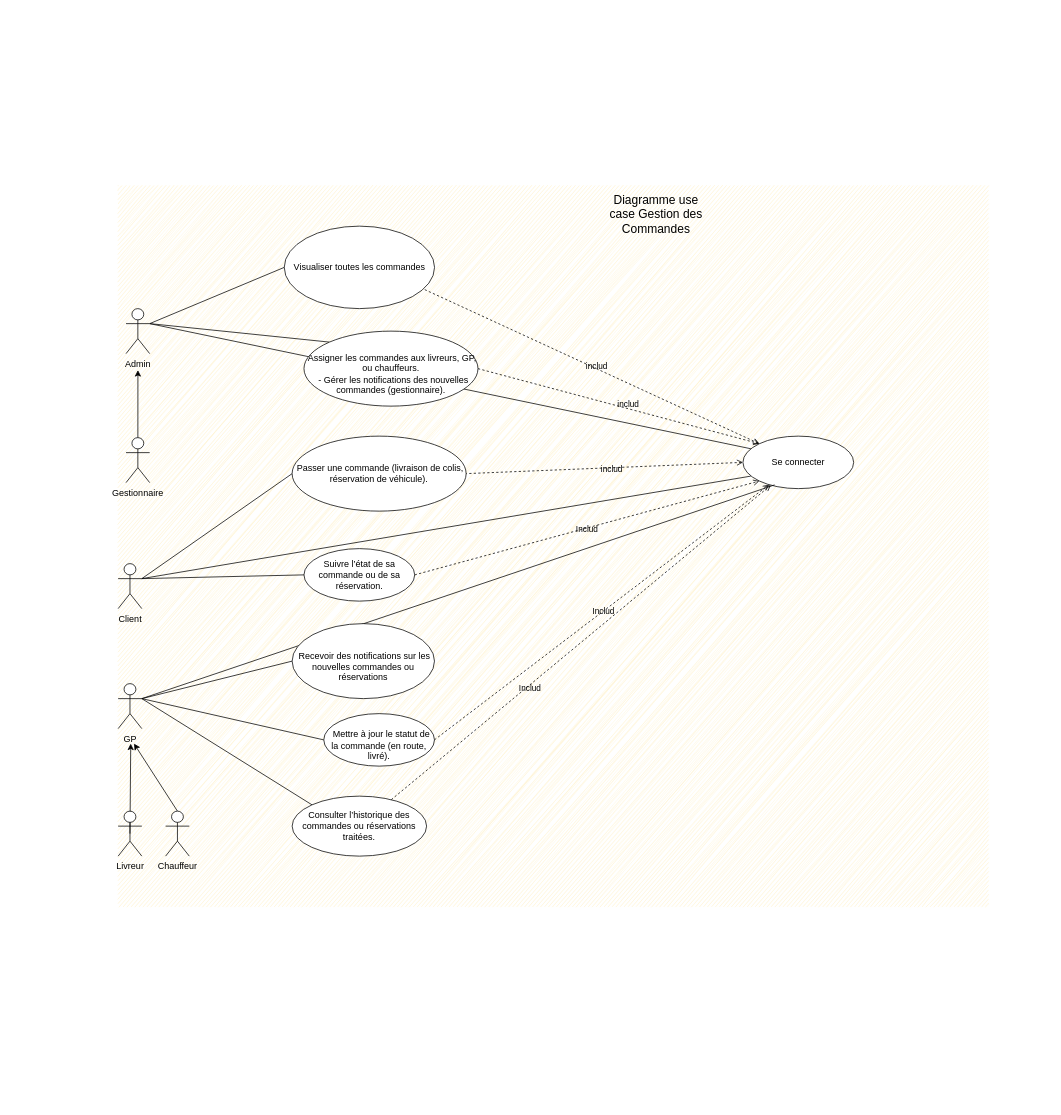
Before: page "Diagramme use case Gestion des Commandes" (3 of 6) of Diagramme sans nom.drawio in BounAbdallah/tuto, a draw.io diagram. Source tidied: cells renumbered, new cells numbered last; positions are measured from the earlier drawing's top-left corner, leaving out a move shared by most shapes. Both pictures are drawn from the tidied source at 75%, with x=0, y=0 at pixel (118, 185).
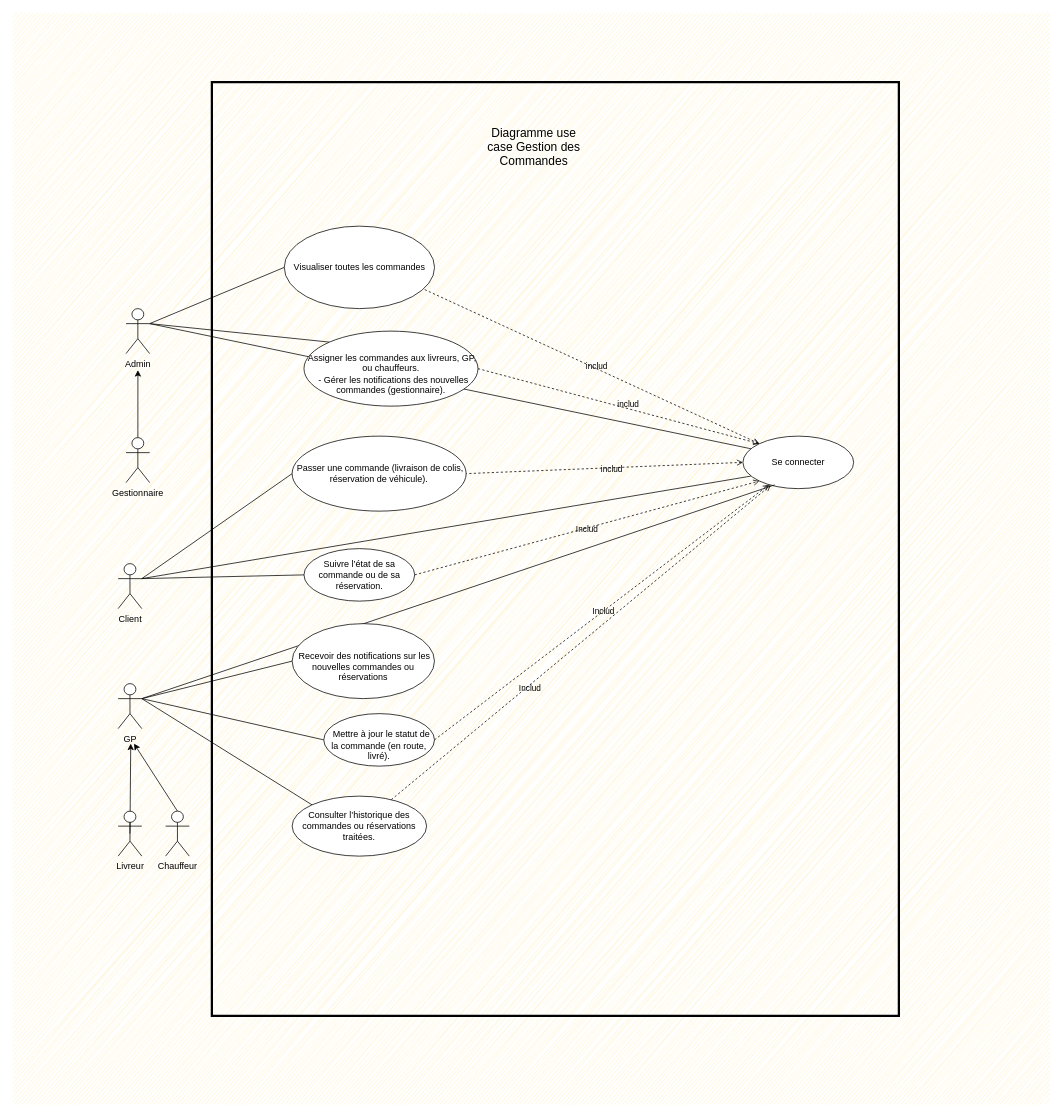
The same page after the edit.

Commit message (it also covers changes not shown here):
Mettre à jour Diagramme sans nom.drawio

Change to the diagram source:
```diff
@@
+    <mxCell id="43" style="group;" parent="1" vertex="1">
+      <mxGeometry x="-140" y="-230" width="1380" height="1453" as="geometry" />
+    </mxCell>
-    <mxCell id="2" style="group;fillColor=#fff2cc;strokeColor=none;sketch=1;curveFitting=1;jiggle=2;" parent="1" vertex="1">
-      <mxGeometry width="1160" height="960" as="geometry" />
+    <mxCell id="2" style="group;fillColor=#fff2cc;strokeColor=none;sketch=1;curveFitting=1;jiggle=2;" parent="43" vertex="1">
+      <mxGeometry width="1380" height="1453" as="geometry" />
     </mxCell>
-    <mxCell id="3" value="Visualiser toutes les commandes" style="ellipse;whiteSpace=wrap;html=1;" parent="2" vertex="1">
-      <mxGeometry x="221.5" y="54" width="200.4" height="110" as="geometry" />
+    <mxCell id="3" value="Visualiser toutes les commandes" style="ellipse;whiteSpace=wrap;html=1;" parent="43" vertex="1">
+      <mxGeometry x="361.5" y="284" width="200.4" height="110" as="geometry" />
     </mxCell>
-    <mxCell id="4" style="rounded=0;jettySize=auto;html=1;exitX=0;exitY=0;exitDx=0;exitDy=0;entryX=0.934;entryY=0.769;entryDx=0;entryDy=0;endArrow=none;endFill=0;dashed=1;entryPerimeter=0;startArrow=open;startFill=0;" parent="2" edge="1" source="9" target="3">
+    <mxCell id="4" style="rounded=0;jettySize=auto;html=1;exitX=0;exitY=0;exitDx=0;exitDy=0;entryX=0.934;entryY=0.769;entryDx=0;entryDy=0;endArrow=none;endFill=0;dashed=1;entryPerimeter=0;startArrow=open;startFill=0;" parent="43" edge="1" source="9" target="3">
       <mxGeometry relative="1" as="geometry" />
     </mxCell>
@@
-    <mxCell id="6" style="rounded=0;jettySize=auto;html=1;exitX=0;exitY=0.5;exitDx=0;exitDy=0;entryX=1;entryY=0.5;entryDx=0;entryDy=0;startArrow=open;startFill=0;endArrow=none;endFill=0;dashed=1;" parent="2" edge="1" source="9" target="31">
+    <mxCell id="6" style="rounded=0;jettySize=auto;html=1;exitX=0;exitY=0.5;exitDx=0;exitDy=0;entryX=1;entryY=0.5;entryDx=0;entryDy=0;startArrow=open;startFill=0;endArrow=none;endFill=0;dashed=1;" parent="43" edge="1" source="9" target="31">
       <mxGeometry relative="1" as="geometry" />
     </mxCell>
@@
-    <mxCell id="8" style="rounded=0;jettySize=auto;html=1;exitX=0.072;exitY=0.241;exitDx=0;exitDy=0;endArrow=none;endFill=0;exitPerimeter=0;" parent="2" edge="1" source="9">
+    <mxCell id="8" style="rounded=0;jettySize=auto;html=1;exitX=0.072;exitY=0.241;exitDx=0;exitDy=0;endArrow=none;endFill=0;exitPerimeter=0;" parent="43" edge="1" source="9">
       <mxGeometry relative="1" as="geometry">
-        <mxPoint x="42.2" y="184" as="targetPoint" />
+        <mxPoint x="182.2" y="414" as="targetPoint" />
       </mxGeometry>
     </mxCell>
-    <mxCell id="9" value="Se connecter" style="ellipse;whiteSpace=wrap;html=1;" parent="2" vertex="1">
-      <mxGeometry x="833.1" y="334" width="147.6" height="70" as="geometry" />
+    <mxCell id="9" value="Se connecter" style="ellipse;whiteSpace=wrap;html=1;" parent="43" vertex="1">
+      <mxGeometry x="973.1" y="564" width="147.6" height="70" as="geometry" />
     </mxCell>
-    <mxCell id="10" style="rounded=0;jettySize=auto;html=1;exitX=0;exitY=0;exitDx=0;exitDy=0;endArrow=none;endFill=0;" parent="2" edge="1" source="13">
+    <mxCell id="10" style="rounded=0;jettySize=auto;html=1;exitX=0;exitY=0;exitDx=0;exitDy=0;endArrow=none;endFill=0;" parent="43" edge="1" source="13">
       <mxGeometry relative="1" as="geometry">
-        <mxPoint x="42.2" y="184" as="targetPoint" />
+        <mxPoint x="182.2" y="414" as="targetPoint" />
       </mxGeometry>
     </mxCell>
-    <mxCell id="11" style="rounded=0;jettySize=auto;html=1;exitX=1;exitY=0.5;exitDx=0;exitDy=0;entryX=0;entryY=0;entryDx=0;entryDy=0;startArrow=none;startFill=0;dashed=1;endArrow=open;endFill=0;" parent="2" edge="1" source="13" target="9">
+    <mxCell id="11" style="rounded=0;jettySize=auto;html=1;exitX=1;exitY=0.5;exitDx=0;exitDy=0;entryX=0;entryY=0;entryDx=0;entryDy=0;startArrow=none;startFill=0;dashed=1;endArrow=open;endFill=0;" parent="43" edge="1" source="13" target="9">
       <mxGeometry relative="1" as="geometry" />
     </mxCell>
@@
-    <mxCell id="13" value="&lt;div&gt;&lt;br&gt;&lt;/div&gt;&lt;div&gt;&lt;br&gt;&lt;/div&gt;&lt;div&gt;&lt;div&gt;&amp;nbsp;Assigner les commandes aux livreurs, GP, ou chauffeurs.&lt;/div&gt;&lt;div&gt;&amp;nbsp; - Gérer les notifications des nouvelles commandes (gestionnaire).&lt;/div&gt;&lt;/div&gt;&lt;div&gt;&lt;br&gt;&lt;/div&gt;" style="ellipse;whiteSpace=wrap;html=1;" parent="2" vertex="1">
-      <mxGeometry x="247.8" y="194" width="232" height="100" as="geometry" />
+    <mxCell id="13" value="&lt;div&gt;&lt;br&gt;&lt;/div&gt;&lt;div&gt;&lt;br&gt;&lt;/div&gt;&lt;div&gt;&lt;div&gt;&amp;nbsp;Assigner les commandes aux livreurs, GP, ou chauffeurs.&lt;/div&gt;&lt;div&gt;&amp;nbsp; - Gérer les notifications des nouvelles commandes (gestionnaire).&lt;/div&gt;&lt;/div&gt;&lt;div&gt;&lt;br&gt;&lt;/div&gt;" style="ellipse;whiteSpace=wrap;html=1;" parent="43" vertex="1">
+      <mxGeometry x="387.8" y="424" width="232" height="100" as="geometry" />
     </mxCell>
-    <mxCell id="14" style="rounded=0;jettySize=auto;html=1;exitX=1;exitY=0.5;exitDx=0;exitDy=0;entryX=0;entryY=1;entryDx=0;entryDy=0;endArrow=open;endFill=0;startArrow=none;startFill=0;dashed=1;" parent="2" edge="1" source="16" target="9">
+    <mxCell id="14" style="rounded=0;jettySize=auto;html=1;exitX=1;exitY=0.5;exitDx=0;exitDy=0;entryX=0;entryY=1;entryDx=0;entryDy=0;endArrow=open;endFill=0;startArrow=none;startFill=0;dashed=1;" parent="43" edge="1" source="16" target="9">
       <mxGeometry relative="1" as="geometry" />
     </mxCell>
@@
-    <mxCell id="16" value="Suivre l’état de sa commande ou de sa réservation." style="ellipse;whiteSpace=wrap;html=1;" parent="2" vertex="1">
-      <mxGeometry x="247.8" y="484" width="147.6" height="70" as="geometry" />
+    <mxCell id="16" value="Suivre l’état de sa commande ou de sa réservation." style="ellipse;whiteSpace=wrap;html=1;" parent="43" vertex="1">
+      <mxGeometry x="387.8" y="714" width="147.6" height="70" as="geometry" />
     </mxCell>
-    <mxCell id="17" style="rounded=0;jettySize=auto;html=1;exitX=1;exitY=0.3333333333333333;exitDx=0;exitDy=0;exitPerimeter=0;entryX=0;entryY=0.5;entryDx=0;entryDy=0;endArrow=none;endFill=0;" parent="2" edge="1" source="18" target="3">
+    <mxCell id="17" style="rounded=0;jettySize=auto;html=1;exitX=1;exitY=0.3333333333333333;exitDx=0;exitDy=0;exitPerimeter=0;entryX=0;entryY=0.5;entryDx=0;entryDy=0;endArrow=none;endFill=0;" parent="43" edge="1" source="18" target="3">
       <mxGeometry relative="1" as="geometry" />
     </mxCell>
-    <mxCell id="18" value="Admin" style="shape=umlActor;html=1;verticalLabelPosition=bottom;verticalAlign=top;align=center;" parent="2" vertex="1">
-      <mxGeometry x="10.5" y="164" width="31.6" height="60" as="geometry" />
+    <mxCell id="18" value="Admin" style="shape=umlActor;html=1;verticalLabelPosition=bottom;verticalAlign=top;align=center;" parent="43" vertex="1">
+      <mxGeometry x="150.5" y="394" width="31.6" height="60" as="geometry" />
     </mxCell>
-    <mxCell id="19" value="&lt;font style=&quot;font-size: 16px;&quot;&gt;Diagramme use case&amp;nbsp;&lt;/font&gt;&lt;span style=&quot;background-color: initial; font-size: 16px;&quot;&gt;Gestion des Commandes&lt;/span&gt;&lt;div&gt;&lt;br&gt;&lt;/div&gt;" style="text;html=1;align=center;verticalAlign=middle;whiteSpace=wrap;rounded=0;" parent="2" vertex="1">
-      <mxGeometry x="611.6" y="30" width="210.9" height="30" as="geometry" />
+    <mxCell id="19" value="&lt;font style=&quot;font-size: 16px;&quot;&gt;Diagramme use case&amp;nbsp;&lt;/font&gt;&lt;span style=&quot;background-color: initial; font-size: 16px;&quot;&gt;Gestion des Commandes&lt;/span&gt;&lt;div&gt;&lt;br&gt;&lt;/div&gt;" style="text;html=1;align=center;verticalAlign=middle;whiteSpace=wrap;rounded=0;" parent="43" vertex="1">
+      <mxGeometry x="589" y="170" width="210.9" height="30" as="geometry" />
     </mxCell>
-    <mxCell id="20" style="rounded=0;jettySize=auto;html=1;" parent="2" edge="1" source="21">
+    <mxCell id="20" style="rounded=0;jettySize=auto;html=1;" parent="43" edge="1" source="21">
       <mxGeometry relative="1" as="geometry">
-        <mxPoint x="26.4" y="246" as="targetPoint" />
+        <mxPoint x="166.4" y="476" as="targetPoint" />
       </mxGeometry>
     </mxCell>
-    <mxCell id="21" value="Gestionnaire" style="shape=umlActor;html=1;verticalLabelPosition=bottom;verticalAlign=top;align=center;" parent="2" vertex="1">
-      <mxGeometry x="10.5" y="336" width="31.6" height="60" as="geometry" />
+    <mxCell id="21" value="Gestionnaire" style="shape=umlActor;html=1;verticalLabelPosition=bottom;verticalAlign=top;align=center;" parent="43" vertex="1">
+      <mxGeometry x="150.5" y="566" width="31.6" height="60" as="geometry" />
     </mxCell>
-    <mxCell id="22" style="rounded=0;jettySize=auto;html=1;exitX=1;exitY=0.3333333333333333;exitDx=0;exitDy=0;exitPerimeter=0;entryX=0;entryY=0.5;entryDx=0;entryDy=0;endArrow=none;endFill=0;" parent="2" edge="1" source="24" target="16">
+    <mxCell id="22" style="rounded=0;jettySize=auto;html=1;exitX=1;exitY=0.3333333333333333;exitDx=0;exitDy=0;exitPerimeter=0;entryX=0;entryY=0.5;entryDx=0;entryDy=0;endArrow=none;endFill=0;" parent="43" edge="1" source="24" target="16">
       <mxGeometry relative="1" as="geometry" />
     </mxCell>
-    <mxCell id="23" style="rounded=0;jettySize=auto;html=1;exitX=1;exitY=0.3333333333333333;exitDx=0;exitDy=0;exitPerimeter=0;entryX=0;entryY=0.5;entryDx=0;entryDy=0;endArrow=none;endFill=0;" parent="2" edge="1" source="24" target="31">
+    <mxCell id="23" style="rounded=0;jettySize=auto;html=1;exitX=1;exitY=0.3333333333333333;exitDx=0;exitDy=0;exitPerimeter=0;entryX=0;entryY=0.5;entryDx=0;entryDy=0;endArrow=none;endFill=0;" parent="43" edge="1" source="24" target="31">
       <mxGeometry relative="1" as="geometry" />
     </mxCell>
-    <mxCell id="24" value="Client" style="shape=umlActor;html=1;verticalLabelPosition=bottom;verticalAlign=top;align=center;" parent="2" vertex="1">
-      <mxGeometry y="504" width="31.6" height="60" as="geometry" />
+    <mxCell id="24" value="Client" style="shape=umlActor;html=1;verticalLabelPosition=bottom;verticalAlign=top;align=center;" parent="43" vertex="1">
+      <mxGeometry x="140" y="734" width="31.6" height="60" as="geometry" />
     </mxCell>
-    <mxCell id="25" style="rounded=0;jettySize=auto;html=1;exitX=1;exitY=0.3333333333333333;exitDx=0;exitDy=0;exitPerimeter=0;entryX=0;entryY=0.5;entryDx=0;entryDy=0;endArrow=none;endFill=0;" parent="2" edge="1" source="28" target="34">
+    <mxCell id="25" style="rounded=0;jettySize=auto;html=1;exitX=1;exitY=0.3333333333333333;exitDx=0;exitDy=0;exitPerimeter=0;entryX=0;entryY=0.5;entryDx=0;entryDy=0;endArrow=none;endFill=0;" parent="43" edge="1" source="28" target="34">
       <mxGeometry relative="1" as="geometry" />
     </mxCell>
-    <mxCell id="26" style="rounded=0;jettySize=auto;html=1;exitX=1;exitY=0.3333333333333333;exitDx=0;exitDy=0;exitPerimeter=0;entryX=0;entryY=0.5;entryDx=0;entryDy=0;endArrow=none;endFill=0;" parent="2" edge="1" source="28" target="39">
+    <mxCell id="26" style="rounded=0;jettySize=auto;html=1;exitX=1;exitY=0.3333333333333333;exitDx=0;exitDy=0;exitPerimeter=0;entryX=0;entryY=0.5;entryDx=0;entryDy=0;endArrow=none;endFill=0;" parent="43" edge="1" source="28" target="39">
       <mxGeometry relative="1" as="geometry" />
     </mxCell>
-    <mxCell id="27" style="rounded=0;jettySize=auto;html=1;exitX=1;exitY=0.3333333333333333;exitDx=0;exitDy=0;exitPerimeter=0;entryX=0;entryY=0;entryDx=0;entryDy=0;endArrow=none;endFill=0;" parent="2" edge="1" source="28" target="42">
+    <mxCell id="27" style="rounded=0;jettySize=auto;html=1;exitX=1;exitY=0.3333333333333333;exitDx=0;exitDy=0;exitPerimeter=0;entryX=0;entryY=0;entryDx=0;entryDy=0;endArrow=none;endFill=0;" parent="43" edge="1" source="28" target="42">
       <mxGeometry relative="1" as="geometry" />
     </mxCell>
-    <mxCell id="28" value="GP" style="shape=umlActor;html=1;verticalLabelPosition=bottom;verticalAlign=top;align=center;" parent="2" vertex="1">
-      <mxGeometry y="664" width="31.6" height="60" as="geometry" />
+    <mxCell id="28" value="GP" style="shape=umlActor;html=1;verticalLabelPosition=bottom;verticalAlign=top;align=center;" parent="43" vertex="1">
+      <mxGeometry x="140" y="894" width="31.6" height="60" as="geometry" />
     </mxCell>
-    <mxCell id="29" style="rounded=0;jettySize=auto;html=1;exitX=0.5;exitY=0.5;exitDx=0;exitDy=0;exitPerimeter=0;" parent="2" edge="1" source="30">
+    <mxCell id="29" style="rounded=0;jettySize=auto;html=1;exitX=0.5;exitY=0.5;exitDx=0;exitDy=0;exitPerimeter=0;" parent="43" edge="1" source="30">
       <mxGeometry relative="1" as="geometry">
-        <mxPoint x="16.8" y="744" as="targetPoint" />
+        <mxPoint x="156.8" y="974" as="targetPoint" />
       </mxGeometry>
     </mxCell>
-    <mxCell id="30" value="Livreur" style="shape=umlActor;html=1;verticalLabelPosition=bottom;verticalAlign=top;align=center;" parent="2" vertex="1">
-      <mxGeometry y="834" width="31.6" height="60" as="geometry" />
+    <mxCell id="30" value="Livreur" style="shape=umlActor;html=1;verticalLabelPosition=bottom;verticalAlign=top;align=center;" parent="43" vertex="1">
+      <mxGeometry x="140" y="1064" width="31.6" height="60" as="geometry" />
     </mxCell>
-    <mxCell id="31" value="&lt;div&gt;&lt;div&gt;&lt;br&gt;&lt;/div&gt;&lt;div&gt;&amp;nbsp;Passer une commande (livraison de colis, réservation de véhicule).&lt;/div&gt;&lt;/div&gt;&lt;div&gt;&lt;br&gt;&lt;/div&gt;" style="ellipse;whiteSpace=wrap;html=1;" parent="2" vertex="1">
-      <mxGeometry x="232" y="334" width="232" height="100" as="geometry" />
+    <mxCell id="31" value="&lt;div&gt;&lt;div&gt;&lt;br&gt;&lt;/div&gt;&lt;div&gt;&amp;nbsp;Passer une commande (livraison de colis, réservation de véhicule).&lt;/div&gt;&lt;/div&gt;&lt;div&gt;&lt;br&gt;&lt;/div&gt;" style="ellipse;whiteSpace=wrap;html=1;" parent="43" vertex="1">
+      <mxGeometry x="372" y="564" width="232" height="100" as="geometry" />
     </mxCell>
-    <mxCell id="32" style="rounded=0;jettySize=auto;html=1;exitX=1;exitY=0.3333333333333333;exitDx=0;exitDy=0;exitPerimeter=0;endArrow=none;endFill=0;entryX=0.071;entryY=0.762;entryDx=0;entryDy=0;entryPerimeter=0;" parent="2" edge="1" source="24" target="9">
+    <mxCell id="32" style="rounded=0;jettySize=auto;html=1;exitX=1;exitY=0.3333333333333333;exitDx=0;exitDy=0;exitPerimeter=0;endArrow=none;endFill=0;entryX=0.071;entryY=0.762;entryDx=0;entryDy=0;entryPerimeter=0;" parent="43" edge="1" source="24" target="9">
       <mxGeometry relative="1" as="geometry" />
     </mxCell>
-    <mxCell id="33" style="rounded=0;jettySize=auto;html=1;exitX=1;exitY=0.3333333333333333;exitDx=0;exitDy=0;exitPerimeter=0;entryX=0.286;entryY=0.929;entryDx=0;entryDy=0;entryPerimeter=0;endArrow=none;endFill=0;" parent="2" edge="1" source="28" target="9">
+    <mxCell id="33" style="rounded=0;jettySize=auto;html=1;exitX=1;exitY=0.3333333333333333;exitDx=0;exitDy=0;exitPerimeter=0;entryX=0.286;entryY=0.929;entryDx=0;entryDy=0;entryPerimeter=0;endArrow=none;endFill=0;" parent="43" edge="1" source="28" target="9">
       <mxGeometry relative="1" as="geometry" />
     </mxCell>
-    <mxCell id="34" value="&lt;div&gt;&lt;br&gt;&lt;/div&gt;&amp;nbsp;Recevoir des notifications sur les nouvelles commandes ou réservations" style="ellipse;whiteSpace=wrap;html=1;" parent="2" vertex="1">
-      <mxGeometry x="232" y="584" width="189.8" height="100" as="geometry" />
+    <mxCell id="34" value="&lt;div&gt;&lt;br&gt;&lt;/div&gt;&amp;nbsp;Recevoir des notifications sur les nouvelles commandes ou réservations" style="ellipse;whiteSpace=wrap;html=1;" parent="43" vertex="1">
+      <mxGeometry x="372" y="814" width="189.8" height="100" as="geometry" />
     </mxCell>
-    <mxCell id="35" style="rounded=0;jettySize=auto;html=1;exitX=0.5;exitY=0;exitDx=0;exitDy=0;exitPerimeter=0;" parent="2" edge="1" source="36">
+    <mxCell id="35" style="rounded=0;jettySize=auto;html=1;exitX=0.5;exitY=0;exitDx=0;exitDy=0;exitPerimeter=0;" parent="43" edge="1" source="36">
       <mxGeometry relative="1" as="geometry">
-        <mxPoint x="21.1" y="744" as="targetPoint" />
+        <mxPoint x="161.1" y="974" as="targetPoint" />
       </mxGeometry>
     </mxCell>
-    <mxCell id="36" value="Chauffeur" style="shape=umlActor;html=1;verticalLabelPosition=bottom;verticalAlign=top;align=center;" parent="2" vertex="1">
-      <mxGeometry x="63.3" y="834" width="31.6" height="60" as="geometry" />
+    <mxCell id="36" value="Chauffeur" style="shape=umlActor;html=1;verticalLabelPosition=bottom;verticalAlign=top;align=center;" parent="43" vertex="1">
+      <mxGeometry x="203.3" y="1064" width="31.6" height="60" as="geometry" />
     </mxCell>
-    <mxCell id="37" style="rounded=0;jettySize=auto;html=1;exitX=1;exitY=0.5;exitDx=0;exitDy=0;endArrow=open;endFill=0;dashed=1;" parent="2" edge="1" source="39" target="9">
+    <mxCell id="37" style="rounded=0;jettySize=auto;html=1;exitX=1;exitY=0.5;exitDx=0;exitDy=0;endArrow=open;endFill=0;dashed=1;" parent="43" edge="1" source="39" target="9">
       <mxGeometry relative="1" as="geometry" />
     </mxCell>
@@
-    <mxCell id="39" value="&lt;div&gt;&lt;br&gt;&lt;/div&gt;&amp;nbsp; Mettre à jour le statut de la commande (en route, livré)." style="ellipse;whiteSpace=wrap;html=1;" parent="2" vertex="1">
-      <mxGeometry x="274.2" y="704" width="147.6" height="70" as="geometry" />
+    <mxCell id="39" value="&lt;div&gt;&lt;br&gt;&lt;/div&gt;&amp;nbsp; Mettre à jour le statut de la commande (en route, livré)." style="ellipse;whiteSpace=wrap;html=1;" parent="43" vertex="1">
+      <mxGeometry x="414.2" y="934" width="147.6" height="70" as="geometry" />
     </mxCell>
-    <mxCell id="40" style="rounded=0;jettySize=auto;html=1;endArrow=open;endFill=0;dashed=1;" parent="2" edge="1" source="42" target="9">
+    <mxCell id="40" style="rounded=0;jettySize=auto;html=1;endArrow=open;endFill=0;dashed=1;" parent="43" edge="1" source="42" target="9">
       <mxGeometry relative="1" as="geometry" />
     </mxCell>
@@
-    <mxCell id="42" value="&lt;div&gt;&lt;br&gt;&lt;/div&gt;&lt;div&gt;Consulter l’historique des commandes ou réservations traitées.&lt;/div&gt;&lt;div&gt;&lt;br&gt;&lt;/div&gt;" style="ellipse;whiteSpace=wrap;html=1;" parent="2" vertex="1">
-      <mxGeometry x="232" y="814" width="179.3" height="80" as="geometry" />
+    <mxCell id="42" value="&lt;div&gt;&lt;br&gt;&lt;/div&gt;&lt;div&gt;Consulter l’historique des commandes ou réservations traitées.&lt;/div&gt;&lt;div&gt;&lt;br&gt;&lt;/div&gt;" style="ellipse;whiteSpace=wrap;html=1;" parent="43" vertex="1">
+      <mxGeometry x="372" y="1044" width="179.3" height="80" as="geometry" />
     </mxCell>
+    <mxCell id="44" style="group;fillColor=none;strokeColor=#000000;rounded=0;gradientColor=none;strokeWidth=3;" parent="43" vertex="1">
+      <mxGeometry x="265" y="92" width="916" height="1245" as="geometry" />
+    </mxCell>
```
